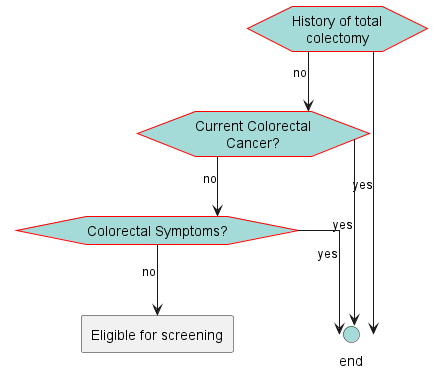
Earlier version of the PlantUML export images/flow-ScreeningEligible.png (ccsm-cds-tools/CDC-Colorectal-Cancer-Screening-CDS-L2). The source it was exported from:
```plantuml
@startuml
hide stereotype
skinparam linetype ortho
<style>
hexagon {
    MaximumWidth: 150
    BackGroundColor: A4DBD8
    LineThickness: 1
    LineColor: red
    HorizontalAlignment: center
}
rectangle {
    MaximumWidth: 250
    HorizontalAlignment: center
}
.end {
    BackGroundColor: #A4DBD8
}
</style>
hexagon "History of total colectomy" as eve_HxTotalColectomy [[#eve-HxTotalColectomy]]
hexagon "Current Colorectal Cancer?" as eve_ActiveCRC [[#eve-ActiveCRC]]
hexagon "Colorectal Symptoms?" as eve_Symptomatic [[#eve-Symptomatic]]
circle "end" as end_1 <<end>>
rectangle "Eligible for screening" as act_ScreeningEligible [[#act-ScreeningEligible]]
eve_HxTotalColectomy-->end_1: yes
eve_HxTotalColectomy-->eve_ActiveCRC: no
eve_ActiveCRC-->end_1: yes
eve_ActiveCRC-->eve_Symptomatic: no
eve_Symptomatic-->end_1: yes
eve_Symptomatic-->act_ScreeningEligible: no
@enduml
```
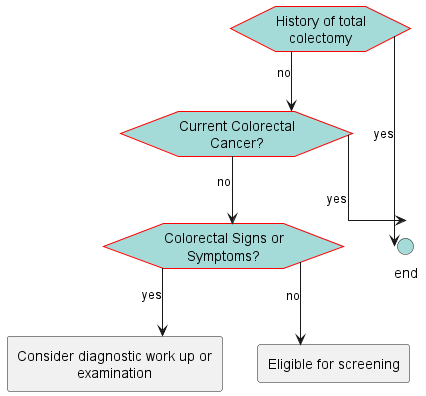
The same diagram one commit later.

The edit, as a diff of the source:
```diff
@@ -19,13 +19,14 @@
 </style>
 hexagon "History of total colectomy" as eve_HxTotalColectomy [[#eve-HxTotalColectomy]]
 hexagon "Current Colorectal Cancer?" as eve_ActiveCRC [[#eve-ActiveCRC]]
-hexagon "Colorectal Symptoms?" as eve_Symptomatic [[#eve-Symptomatic]]
+hexagon "Colorectal Signs or Symptoms?" as eve_Symptomatic [[#eve-Symptomatic]]
 circle "end" as end_1 <<end>>
+rectangle "Consider diagnostic work up or examination" as act_Diagnostic [[#act-Diagnostic]]
 rectangle "Eligible for screening" as act_ScreeningEligible [[#act-ScreeningEligible]]
 eve_HxTotalColectomy-->end_1: yes
 eve_HxTotalColectomy-->eve_ActiveCRC: no
 eve_ActiveCRC-->end_1: yes
 eve_ActiveCRC-->eve_Symptomatic: no
-eve_Symptomatic-->end_1: yes
+eve_Symptomatic-->act_Diagnostic: yes
 eve_Symptomatic-->act_ScreeningEligible: no
 @enduml
```
